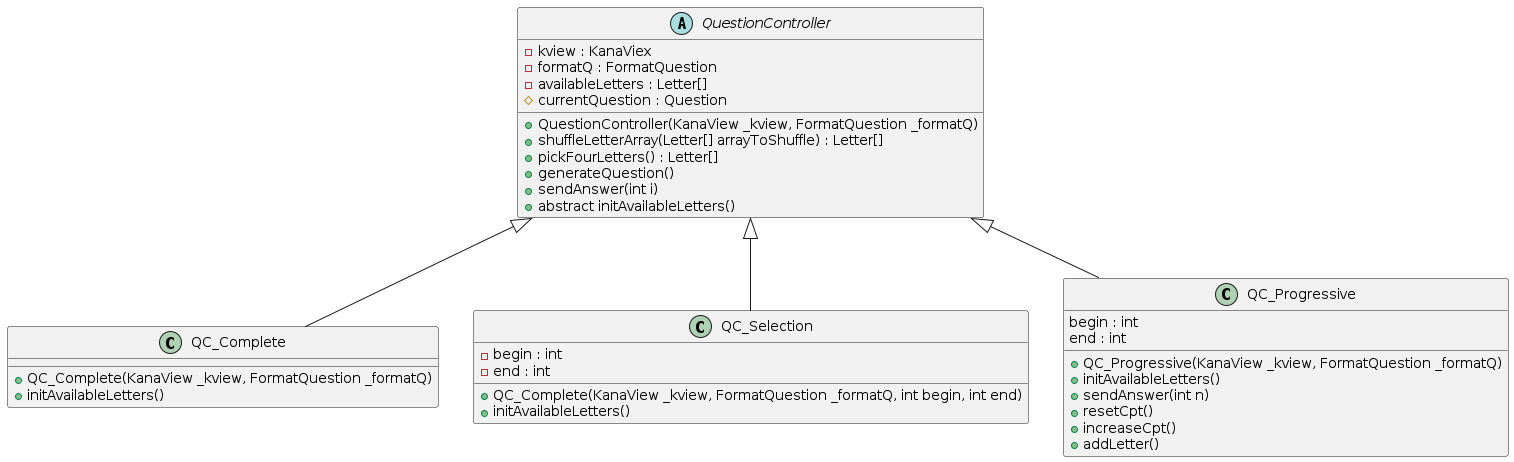
Above: uml/Controller.png in BaptisteGosselet/KanaWorld (PlantUML), before the change.
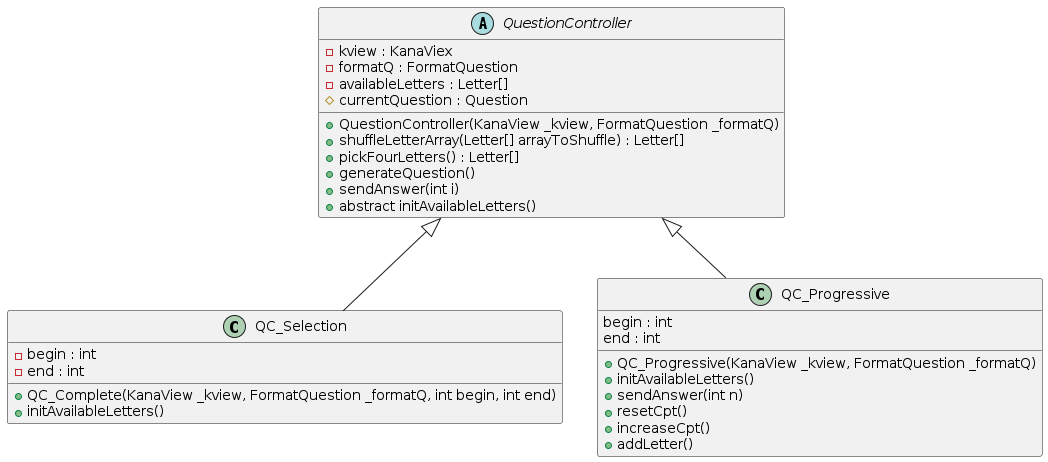
After the commit.

The edit, as a diff of the source:
```diff
@@ -11,11 +11,6 @@
     + generateQuestion()
     + sendAnswer(int i)
     + abstract initAvailableLetters()
-}
-
-class QC_Complete extends QuestionController {
-    + QC_Complete(KanaView _kview, FormatQuestion _formatQ)
-    + initAvailableLetters()
 }
 
 class QC_Selection extends QuestionController {
```
